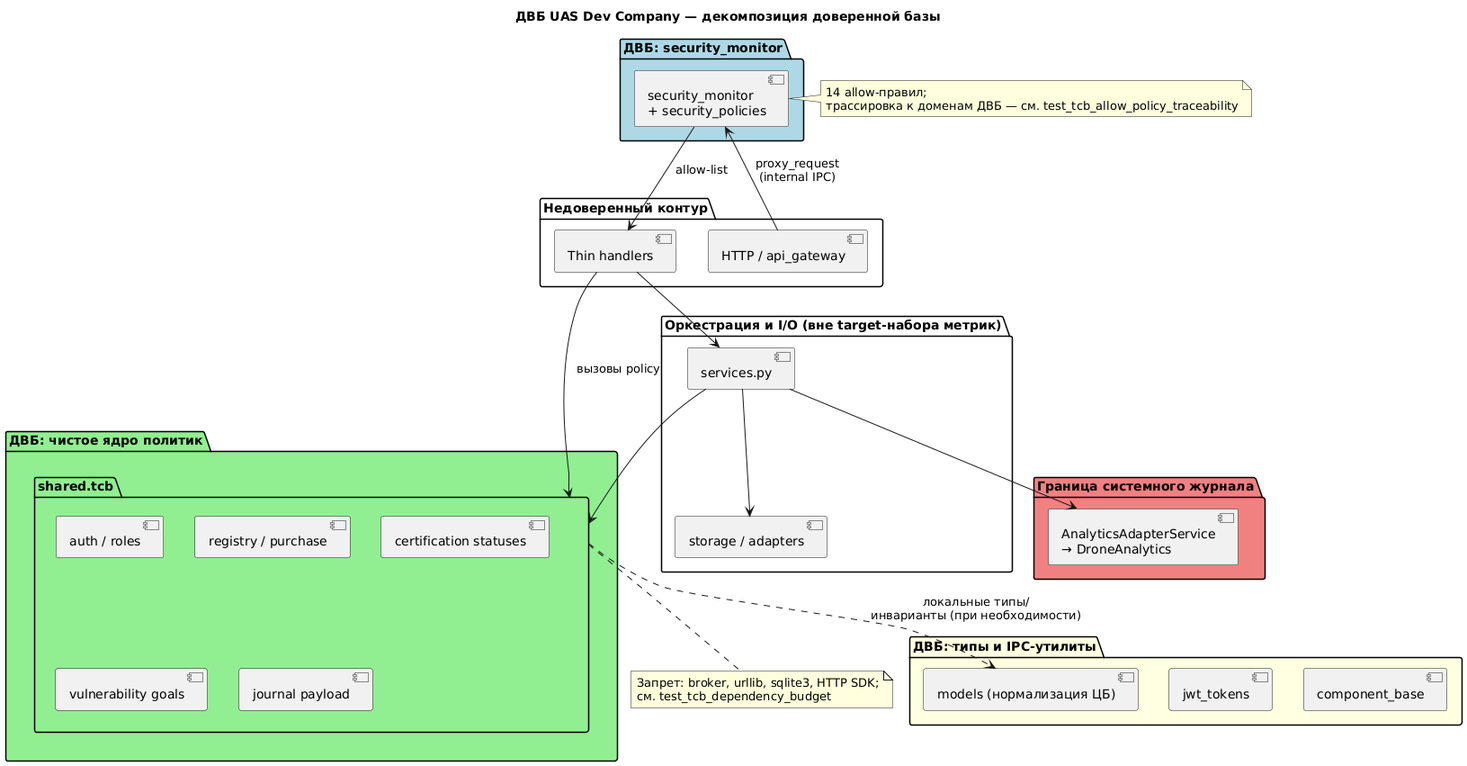
This is systems/uas_dev_company/docs/diagrams/tcb_decomposition.png from sergeysobolev-spbu/sbd-drones-economics, a PlantUML export, as it was before one commit.
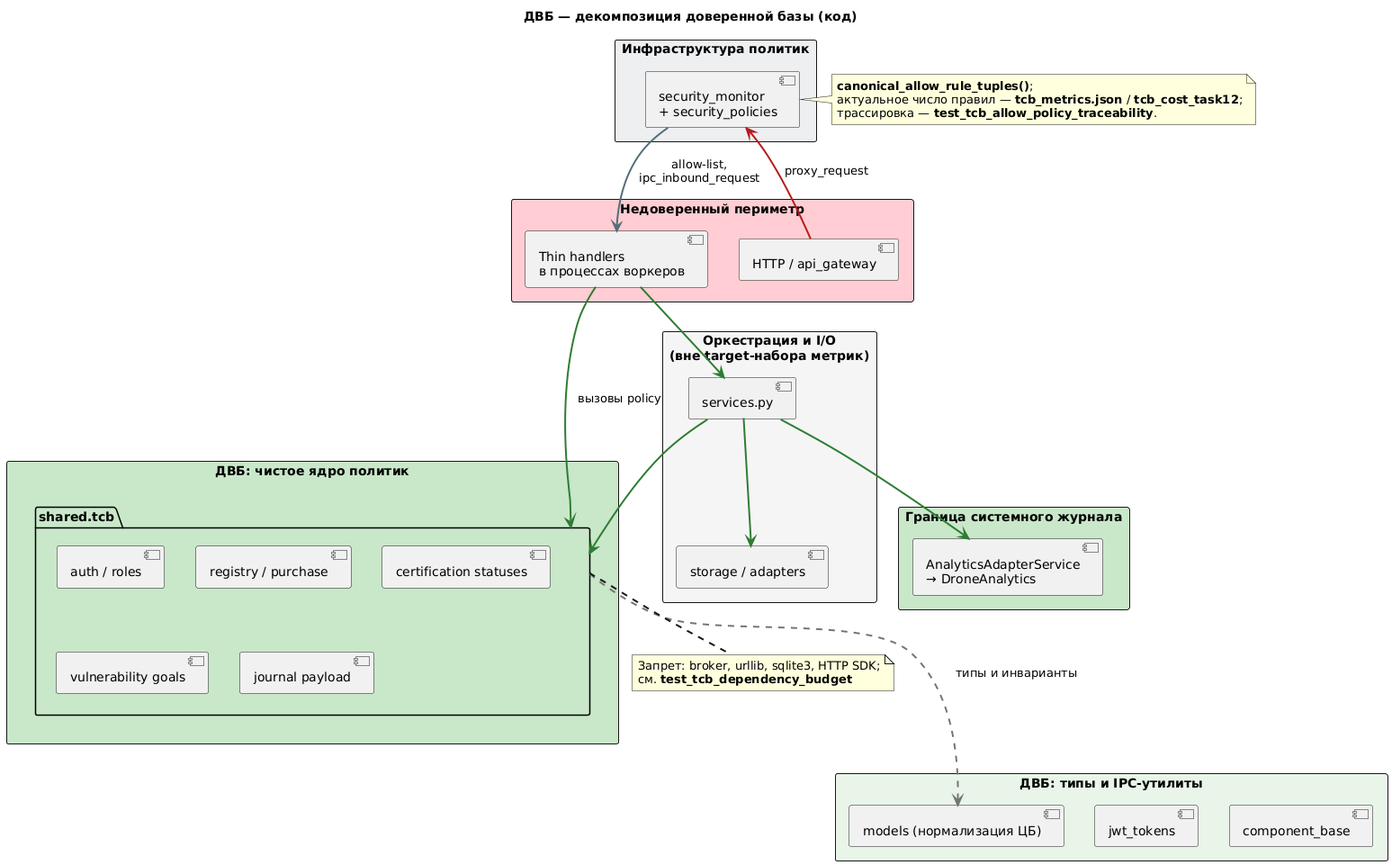
Above is the later version.

The edit, as a diff of the source:
```diff
@@ -1,16 +1,20 @@
 @startuml tcb_decomposition
-title ДВБ UAS Dev Company — декомпозиция доверенной базы
+title ДВБ — декомпозиция доверенной базы (код)
 
-package "Недоверенный контур" {
+skinparam defaultFontName "SansSerif"
+skinparam packageStyle rectangle
+skinparam ArrowThickness 2
+
+package "Недоверенный периметр" #FFCDD2 {
   [HTTP / api_gateway] as GW
-  [Thin handlers] as TH
+  [Thin handlers\nв процессах воркеров] as TH
 }
 
-package "ДВБ: security_monitor" #LightBlue {
+package "Инфраструктура политик" #ECEFF1 {
   [security_monitor\n+ security_policies] as MON
 }
 
-package "ДВБ: чистое ядро политик" #LightGreen {
+package "ДВБ: чистое ядро политик" #C8E6C9 {
   folder shared.tcb as TCB {
     [auth / roles] as POL1
     [registry / purchase] as POL2
@@ -20,38 +24,39 @@
   }
 }
 
-package "ДВБ: типы и IPC-утилиты" #LightYellow {
+package "ДВБ: типы и IPC-утилиты" #E8F5E9 {
   [models (нормализация ЦБ)] as MOD
   [jwt_tokens] as JWT
   [component_base] as CB
 }
 
-package "Оркестрация и I/O (вне target-набора метрик)" #White {
+package "Оркестрация и I/O\n(вне target-набора метрик)" #F5F5F5 {
   [services.py] as SVC
   [storage / adapters] as STO
 }
 
-package "Граница системного журнала" #LightCoral {
+package "Граница системного журнала" #C8E6C9 {
   [AnalyticsAdapterService\n→ DroneAnalytics] as AN
 }
 
-GW --> MON : proxy_request\n(internal IPC)
-MON --> TH : allow-list
-TH --> TCB : вызовы policy
-TH --> SVC
-SVC --> TCB
-SVC --> STO
-SVC --> AN
-TCB ..> MOD : локальные типы/\nинварианты (при необходимости)
+GW -[#B71C1C]-> MON : proxy_request
+MON -[#546E7A]-> TH : allow-list,\nipc_inbound_request
+TH -[#2E7D32]-> TCB : вызовы policy
+TH -[#2E7D32]-> SVC
+SVC -[#2E7D32]-> TCB
+SVC -[#2E7D32]-> STO
+SVC -[#2E7D32]-> AN
+TCB ..[#757575].> MOD : типы и инварианты
 
 note right of MON
-  14 allow-правил;
-  трассировка к доменам ДВБ — см. test_tcb_allow_policy_traceability
+  **canonical_allow_rule_tuples()**;
+  актуальное число правил — **tcb_metrics.json** / **tcb_cost_task12**;
+  трассировка — **test_tcb_allow_policy_traceability**.
 end note
 
 note bottom of TCB
   Запрет: broker, urllib, sqlite3, HTTP SDK;
-  см. test_tcb_dependency_budget
+  см. **test_tcb_dependency_budget**
 end note
 
 @enduml
```
